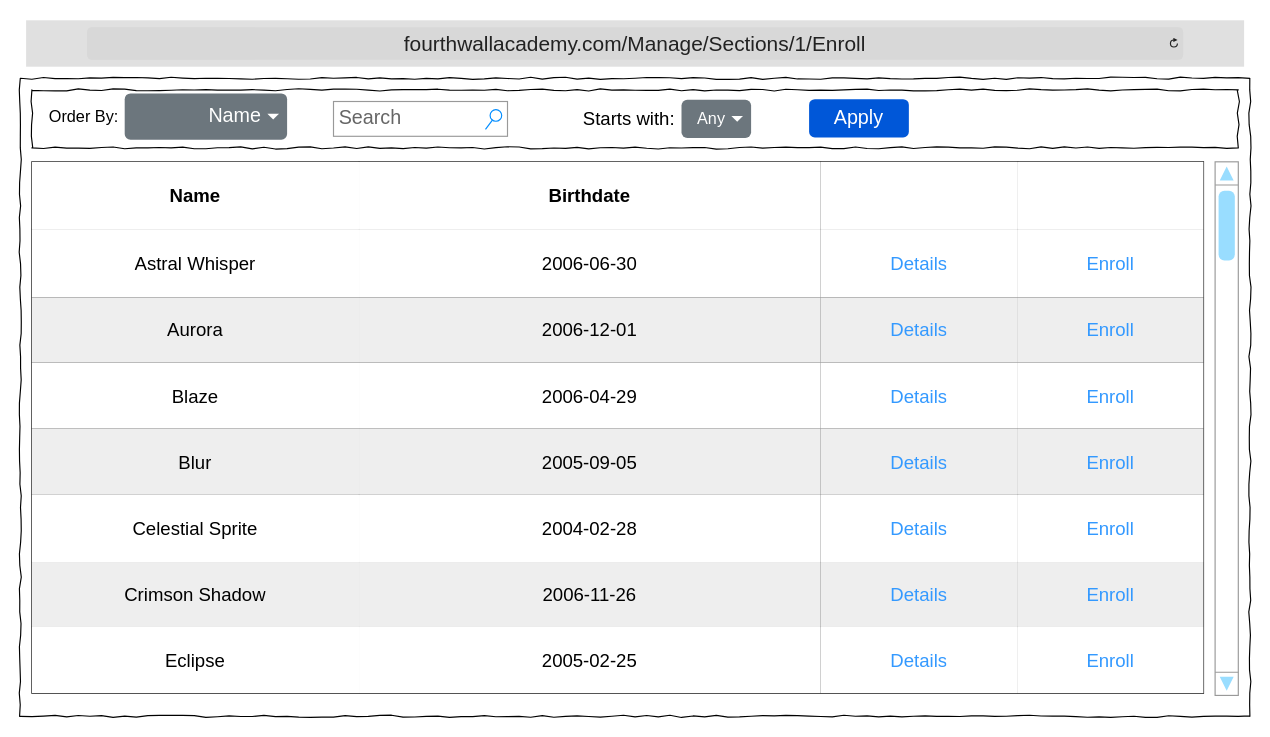
This is DesignDocument/Wireframes/4thWallAcademy_Sections_Enroll.drawio from TRed91/4thWallAcademy, a draw.io file, before an edit. Source tidied: cells renumbered, new cells numbered last; positions are measured from the earlier drawing's top-left corner, leaving out a move shared by most shapes. Both pictures are drawn from the tidied source at 116%, with x=0, y=0 at pixel (20, 20).
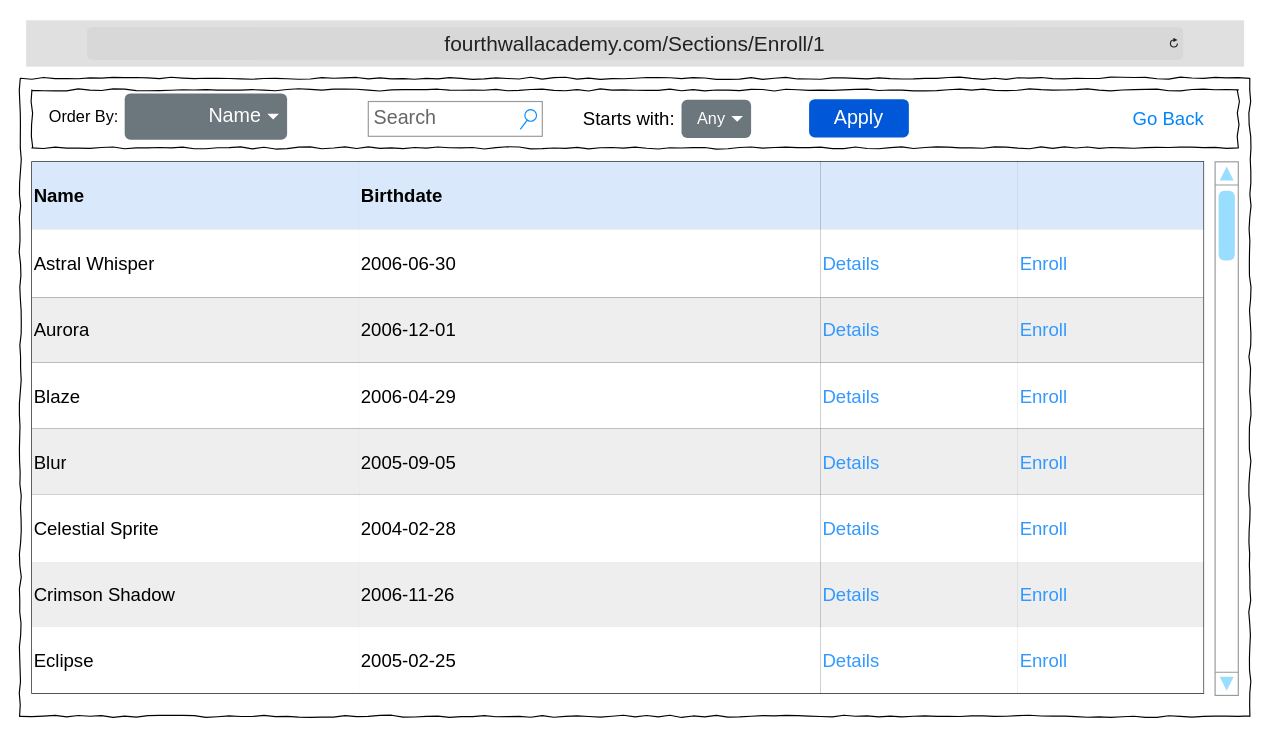
The same diagram, later.

The change refers to these unchanged cells:
```xml
<mxCell id="6" style="shape=tableRow;horizontal=0;startSize=0;swimlaneHead=0;swimlaneBody=0;strokeColor=inherit;top=0;left=0;bottom=0;right=0;fillColor=none;fontSize=16;" parent="5" vertex="1">
  <mxGeometry width="1010" height="58" as="geometry" />
</mxCell>
<mxCell id="11" style="shape=tableRow;horizontal=0;startSize=0;swimlaneHead=0;swimlaneBody=0;strokeColor=inherit;top=0;left=0;bottom=0;right=0;fillColor=none;fontSize=16;" parent="5" vertex="1">
  <mxGeometry y="58" width="1010" height="59" as="geometry" />
</mxCell>
<mxCell id="16" style="shape=tableRow;horizontal=0;startSize=0;swimlaneHead=0;swimlaneBody=0;strokeColor=inherit;top=0;left=0;bottom=0;right=0;fillColor=none;fontSize=16;" parent="5" vertex="1">
  <mxGeometry y="117" width="1010" height="56" as="geometry" />
</mxCell>
<mxCell id="21" style="shape=tableRow;horizontal=0;startSize=0;swimlaneHead=0;swimlaneBody=0;strokeColor=inherit;top=0;left=0;bottom=0;right=0;fillColor=none;fontSize=16;" parent="5" vertex="1">
  <mxGeometry y="173" width="1010" height="57" as="geometry" />
</mxCell>
<mxCell id="26" style="shape=tableRow;horizontal=0;startSize=0;swimlaneHead=0;swimlaneBody=0;strokeColor=inherit;top=0;left=0;bottom=0;right=0;fillColor=none;fontSize=16;" parent="5" vertex="1">
  <mxGeometry y="230" width="1010" height="57" as="geometry" />
</mxCell>
<mxCell id="31" style="shape=tableRow;horizontal=0;startSize=0;swimlaneHead=0;swimlaneBody=0;strokeColor=inherit;top=0;left=0;bottom=0;right=0;fillColor=none;fontSize=16;" parent="5" vertex="1">
  <mxGeometry y="287" width="1010" height="58" as="geometry" />
</mxCell>
<mxCell id="36" style="shape=tableRow;horizontal=0;startSize=0;swimlaneHead=0;swimlaneBody=0;strokeColor=inherit;top=0;left=0;bottom=0;right=0;fillColor=none;fontSize=16;" parent="5" vertex="1">
  <mxGeometry y="345" width="1010" height="56" as="geometry" />
</mxCell>
<mxCell id="41" style="shape=tableRow;horizontal=0;startSize=0;swimlaneHead=0;swimlaneBody=0;strokeColor=inherit;top=0;left=0;bottom=0;right=0;fillColor=none;fontSize=16;" parent="5" vertex="1">
  <mxGeometry y="401" width="1010" height="57" as="geometry" />
</mxCell>
```

Change to the diagram source:
```diff
@@
-    <mxCell id="5" style="shape=table;startSize=0;childLayout=tableLayout;fontSize=16;" parent="1" vertex="1">
+    <mxCell id="5" style="shape=table;startSize=0;childLayout=tableLayout;fontSize=16;align=left;" parent="1" vertex="1">
       <mxGeometry x="10" y="122" width="1010" height="458" as="geometry" />
     </mxCell>
@@
-    <mxCell id="7" value="&lt;b&gt;Name&lt;/b&gt;" style="shape=partialRectangle;html=1;whiteSpace=wrap;overflow=hidden;top=0;left=0;bottom=0;right=0;fontSize=16;" parent="6" vertex="1">
+    <mxCell id="7" value="&lt;b&gt;Name&lt;/b&gt;" style="shape=partialRectangle;html=1;whiteSpace=wrap;overflow=hidden;top=0;left=0;bottom=0;right=0;fontSize=16;fillColor=#dae8fc;strokeColor=#6c8ebf;align=left;" parent="6" vertex="1">
       <mxGeometry width="282" height="58" as="geometry" />
     </mxCell>
-    <mxCell id="8" value="&lt;b&gt;Birthdate&lt;/b&gt;" style="shape=partialRectangle;html=1;whiteSpace=wrap;overflow=hidden;top=0;left=0;bottom=0;right=0;fontSize=16;" parent="6" vertex="1">
+    <mxCell id="8" value="&lt;b&gt;Birthdate&lt;/b&gt;" style="shape=partialRectangle;html=1;whiteSpace=wrap;overflow=hidden;top=0;left=0;bottom=0;right=0;fontSize=16;fillColor=#dae8fc;strokeColor=#6c8ebf;align=left;" parent="6" vertex="1">
       <mxGeometry x="282" width="398" height="58" as="geometry" />
     </mxCell>
-    <mxCell id="9" style="shape=partialRectangle;html=1;whiteSpace=wrap;overflow=hidden;top=0;left=0;bottom=0;right=0;fontSize=16;fontColor=#3399FF;" parent="6" vertex="1">
+    <mxCell id="9" style="shape=partialRectangle;html=1;whiteSpace=wrap;overflow=hidden;top=0;left=0;bottom=0;right=0;fontSize=16;fillColor=#dae8fc;strokeColor=#6c8ebf;align=left;" parent="6" vertex="1">
       <mxGeometry x="680" width="170" height="58" as="geometry" />
     </mxCell>
-    <mxCell id="10" style="shape=partialRectangle;html=1;whiteSpace=wrap;overflow=hidden;top=0;left=0;bottom=0;right=0;fontSize=16;fontColor=#3399FF;" parent="6" vertex="1">
+    <mxCell id="10" style="shape=partialRectangle;html=1;whiteSpace=wrap;overflow=hidden;top=0;left=0;bottom=0;right=0;fontSize=16;fillColor=#dae8fc;strokeColor=#6c8ebf;align=left;" parent="6" vertex="1">
       <mxGeometry x="850" width="160" height="58" as="geometry" />
     </mxCell>
@@
-    <mxCell id="12" value="Astral Whisper" style="shape=partialRectangle;html=1;whiteSpace=wrap;overflow=hidden;top=0;left=0;bottom=0;right=0;fontSize=16;" parent="11" vertex="1">
+    <mxCell id="12" value="Astral Whisper" style="shape=partialRectangle;html=1;whiteSpace=wrap;overflow=hidden;top=0;left=0;bottom=0;right=0;fontSize=16;align=left;" parent="11" vertex="1">
       <mxGeometry width="282" height="59" as="geometry" />
     </mxCell>
-    <mxCell id="13" value="2006-06-30" style="shape=partialRectangle;html=1;whiteSpace=wrap;overflow=hidden;top=0;left=0;bottom=0;right=0;fontSize=16;" parent="11" vertex="1">
+    <mxCell id="13" value="2006-06-30" style="shape=partialRectangle;html=1;whiteSpace=wrap;overflow=hidden;top=0;left=0;bottom=0;right=0;fontSize=16;align=left;" parent="11" vertex="1">
       <mxGeometry x="282" width="398" height="59" as="geometry" />
     </mxCell>
-    <mxCell id="14" value="Details" style="shape=partialRectangle;html=1;whiteSpace=wrap;overflow=hidden;top=0;left=0;bottom=0;right=0;fontSize=16;fontColor=#3399FF;" parent="11" vertex="1">
+    <mxCell id="14" value="Details" style="shape=partialRectangle;html=1;whiteSpace=wrap;overflow=hidden;top=0;left=0;bottom=0;right=0;fontSize=16;fontColor=#3399FF;align=left;" parent="11" vertex="1">
       <mxGeometry x="680" width="170" height="59" as="geometry" />
     </mxCell>
-    <mxCell id="15" value="Enroll" style="shape=partialRectangle;html=1;whiteSpace=wrap;overflow=hidden;top=0;left=0;bottom=0;right=0;fontSize=16;fontColor=#3399FF;" parent="11" vertex="1">
+    <mxCell id="15" value="Enroll" style="shape=partialRectangle;html=1;whiteSpace=wrap;overflow=hidden;top=0;left=0;bottom=0;right=0;fontSize=16;fontColor=#3399FF;align=left;" parent="11" vertex="1">
       <mxGeometry x="850" width="160" height="59" as="geometry" />
     </mxCell>
@@
-    <mxCell id="17" value="Aurora" style="shape=partialRectangle;html=1;whiteSpace=wrap;overflow=hidden;top=0;left=0;bottom=0;right=0;fontSize=16;fillColor=#eeeeee;strokeColor=#36393d;" parent="16" vertex="1">
+    <mxCell id="17" value="Aurora" style="shape=partialRectangle;html=1;whiteSpace=wrap;overflow=hidden;top=0;left=0;bottom=0;right=0;fontSize=16;fillColor=#eeeeee;strokeColor=#36393d;align=left;" parent="16" vertex="1">
       <mxGeometry width="282" height="56" as="geometry" />
     </mxCell>
-    <mxCell id="18" value="2006-12-01" style="shape=partialRectangle;html=1;whiteSpace=wrap;overflow=hidden;top=0;left=0;bottom=0;right=0;fontSize=16;fillColor=#eeeeee;strokeColor=#36393d;" parent="16" vertex="1">
+    <mxCell id="18" value="2006-12-01" style="shape=partialRectangle;html=1;whiteSpace=wrap;overflow=hidden;top=0;left=0;bottom=0;right=0;fontSize=16;fillColor=#eeeeee;strokeColor=#36393d;align=left;" parent="16" vertex="1">
       <mxGeometry x="282" width="398" height="56" as="geometry" />
     </mxCell>
-    <mxCell id="19" value="Details" style="shape=partialRectangle;html=1;whiteSpace=wrap;overflow=hidden;top=0;left=0;bottom=0;right=0;fontSize=16;fillColor=#eeeeee;strokeColor=#36393d;fontColor=#3399FF;" parent="16" vertex="1">
+    <mxCell id="19" value="Details" style="shape=partialRectangle;html=1;whiteSpace=wrap;overflow=hidden;top=0;left=0;bottom=0;right=0;fontSize=16;fillColor=#eeeeee;strokeColor=#36393d;fontColor=#3399FF;align=left;" parent="16" vertex="1">
       <mxGeometry x="680" width="170" height="56" as="geometry" />
     </mxCell>
-    <mxCell id="20" value="Enroll" style="shape=partialRectangle;html=1;whiteSpace=wrap;overflow=hidden;top=0;left=0;bottom=0;right=0;fontSize=16;fillColor=#eeeeee;strokeColor=#36393d;fontColor=#3399FF;" parent="16" vertex="1">
+    <mxCell id="20" value="Enroll" style="shape=partialRectangle;html=1;whiteSpace=wrap;overflow=hidden;top=0;left=0;bottom=0;right=0;fontSize=16;fillColor=#eeeeee;strokeColor=#36393d;fontColor=#3399FF;align=left;" parent="16" vertex="1">
       <mxGeometry x="850" width="160" height="56" as="geometry" />
     </mxCell>
@@
-    <mxCell id="22" value="Blaze" style="shape=partialRectangle;html=1;whiteSpace=wrap;overflow=hidden;top=0;left=0;bottom=0;right=0;fontSize=16;" parent="21" vertex="1">
+    <mxCell id="22" value="Blaze" style="shape=partialRectangle;html=1;whiteSpace=wrap;overflow=hidden;top=0;left=0;bottom=0;right=0;fontSize=16;align=left;" parent="21" vertex="1">
       <mxGeometry width="282" height="57" as="geometry" />
     </mxCell>
-    <mxCell id="23" value="2006-04-29" style="shape=partialRectangle;html=1;whiteSpace=wrap;overflow=hidden;top=0;left=0;bottom=0;right=0;fontSize=16;" parent="21" vertex="1">
+    <mxCell id="23" value="2006-04-29" style="shape=partialRectangle;html=1;whiteSpace=wrap;overflow=hidden;top=0;left=0;bottom=0;right=0;fontSize=16;align=left;" parent="21" vertex="1">
       <mxGeometry x="282" width="398" height="57" as="geometry" />
     </mxCell>
-    <mxCell id="24" value="Details" style="shape=partialRectangle;html=1;whiteSpace=wrap;overflow=hidden;top=0;left=0;bottom=0;right=0;fontSize=16;fontColor=#3399FF;" parent="21" vertex="1">
+    <mxCell id="24" value="Details" style="shape=partialRectangle;html=1;whiteSpace=wrap;overflow=hidden;top=0;left=0;bottom=0;right=0;fontSize=16;fontColor=#3399FF;align=left;" parent="21" vertex="1">
       <mxGeometry x="680" width="170" height="57" as="geometry" />
     </mxCell>
-    <mxCell id="25" value="Enroll" style="shape=partialRectangle;html=1;whiteSpace=wrap;overflow=hidden;top=0;left=0;bottom=0;right=0;fontSize=16;fontColor=#3399FF;" parent="21" vertex="1">
+    <mxCell id="25" value="Enroll" style="shape=partialRectangle;html=1;whiteSpace=wrap;overflow=hidden;top=0;left=0;bottom=0;right=0;fontSize=16;fontColor=#3399FF;align=left;" parent="21" vertex="1">
       <mxGeometry x="850" width="160" height="57" as="geometry" />
     </mxCell>
@@
-    <mxCell id="27" value="Blur" style="shape=partialRectangle;html=1;whiteSpace=wrap;overflow=hidden;top=0;left=0;bottom=0;right=0;fontSize=16;fillColor=#eeeeee;strokeColor=#36393d;" parent="26" vertex="1">
+    <mxCell id="27" value="Blur" style="shape=partialRectangle;html=1;whiteSpace=wrap;overflow=hidden;top=0;left=0;bottom=0;right=0;fontSize=16;fillColor=#eeeeee;strokeColor=#36393d;align=left;" parent="26" vertex="1">
       <mxGeometry width="282" height="57" as="geometry" />
     </mxCell>
-    <mxCell id="28" value="2005-09-05" style="shape=partialRectangle;html=1;whiteSpace=wrap;overflow=hidden;top=0;left=0;bottom=0;right=0;fontSize=16;fillColor=#eeeeee;strokeColor=#36393d;" parent="26" vertex="1">
+    <mxCell id="28" value="2005-09-05" style="shape=partialRectangle;html=1;whiteSpace=wrap;overflow=hidden;top=0;left=0;bottom=0;right=0;fontSize=16;fillColor=#eeeeee;strokeColor=#36393d;align=left;" parent="26" vertex="1">
       <mxGeometry x="282" width="398" height="57" as="geometry" />
     </mxCell>
-    <mxCell id="29" value="Details" style="shape=partialRectangle;html=1;whiteSpace=wrap;overflow=hidden;top=0;left=0;bottom=0;right=0;fontSize=16;fillColor=#eeeeee;strokeColor=#36393d;fontColor=#3399FF;" parent="26" vertex="1">
+    <mxCell id="29" value="Details" style="shape=partialRectangle;html=1;whiteSpace=wrap;overflow=hidden;top=0;left=0;bottom=0;right=0;fontSize=16;fillColor=#eeeeee;strokeColor=#36393d;fontColor=#3399FF;align=left;" parent="26" vertex="1">
       <mxGeometry x="680" width="170" height="57" as="geometry" />
     </mxCell>
-    <mxCell id="30" value="Enroll" style="shape=partialRectangle;html=1;whiteSpace=wrap;overflow=hidden;top=0;left=0;bottom=0;right=0;fontSize=16;fillColor=#eeeeee;strokeColor=#36393d;fontColor=#3399FF;" parent="26" vertex="1">
+    <mxCell id="30" value="Enroll" style="shape=partialRectangle;html=1;whiteSpace=wrap;overflow=hidden;top=0;left=0;bottom=0;right=0;fontSize=16;fillColor=#eeeeee;strokeColor=#36393d;fontColor=#3399FF;align=left;" parent="26" vertex="1">
       <mxGeometry x="850" width="160" height="57" as="geometry" />
     </mxCell>
@@
-    <mxCell id="32" value="Celestial Sprite" style="shape=partialRectangle;html=1;whiteSpace=wrap;overflow=hidden;top=0;left=0;bottom=0;right=0;fontSize=16;" parent="31" vertex="1">
+    <mxCell id="32" value="Celestial Sprite" style="shape=partialRectangle;html=1;whiteSpace=wrap;overflow=hidden;top=0;left=0;bottom=0;right=0;fontSize=16;align=left;" parent="31" vertex="1">
       <mxGeometry width="282" height="58" as="geometry" />
     </mxCell>
-    <mxCell id="33" value="2004-02-28" style="shape=partialRectangle;html=1;whiteSpace=wrap;overflow=hidden;top=0;left=0;bottom=0;right=0;fontSize=16;" parent="31" vertex="1">
+    <mxCell id="33" value="2004-02-28" style="shape=partialRectangle;html=1;whiteSpace=wrap;overflow=hidden;top=0;left=0;bottom=0;right=0;fontSize=16;align=left;" parent="31" vertex="1">
       <mxGeometry x="282" width="398" height="58" as="geometry" />
     </mxCell>
-    <mxCell id="34" value="Details" style="shape=partialRectangle;html=1;whiteSpace=wrap;overflow=hidden;top=0;left=0;bottom=0;right=0;fontSize=16;fontColor=#3399FF;" parent="31" vertex="1">
+    <mxCell id="34" value="Details" style="shape=partialRectangle;html=1;whiteSpace=wrap;overflow=hidden;top=0;left=0;bottom=0;right=0;fontSize=16;fontColor=#3399FF;align=left;" parent="31" vertex="1">
       <mxGeometry x="680" width="170" height="58" as="geometry" />
     </mxCell>
-    <mxCell id="35" value="Enroll" style="shape=partialRectangle;html=1;whiteSpace=wrap;overflow=hidden;top=0;left=0;bottom=0;right=0;fontSize=16;fontColor=#3399FF;" parent="31" vertex="1">
+    <mxCell id="35" value="Enroll" style="shape=partialRectangle;html=1;whiteSpace=wrap;overflow=hidden;top=0;left=0;bottom=0;right=0;fontSize=16;fontColor=#3399FF;align=left;" parent="31" vertex="1">
       <mxGeometry x="850" width="160" height="58" as="geometry" />
     </mxCell>
@@
-    <mxCell id="37" value="Crimson Shadow" style="shape=partialRectangle;html=1;whiteSpace=wrap;overflow=hidden;top=0;left=0;bottom=0;right=0;fontSize=16;fillColor=#eeeeee;strokeColor=#36393d;" parent="36" vertex="1">
+    <mxCell id="37" value="Crimson Shadow" style="shape=partialRectangle;html=1;whiteSpace=wrap;overflow=hidden;top=0;left=0;bottom=0;right=0;fontSize=16;fillColor=#eeeeee;strokeColor=#36393d;align=left;" parent="36" vertex="1">
       <mxGeometry width="282" height="56" as="geometry" />
     </mxCell>
-    <mxCell id="38" value="2006-11-26" style="shape=partialRectangle;html=1;whiteSpace=wrap;overflow=hidden;top=0;left=0;bottom=0;right=0;fontSize=16;fillColor=#eeeeee;strokeColor=#36393d;" parent="36" vertex="1">
+    <mxCell id="38" value="2006-11-26" style="shape=partialRectangle;html=1;whiteSpace=wrap;overflow=hidden;top=0;left=0;bottom=0;right=0;fontSize=16;fillColor=#eeeeee;strokeColor=#36393d;align=left;" parent="36" vertex="1">
       <mxGeometry x="282" width="398" height="56" as="geometry" />
     </mxCell>
-    <mxCell id="39" value="Details" style="shape=partialRectangle;html=1;whiteSpace=wrap;overflow=hidden;top=0;left=0;bottom=0;right=0;fontSize=16;fillColor=#eeeeee;strokeColor=#36393d;fontColor=#3399FF;" parent="36" vertex="1">
+    <mxCell id="39" value="Details" style="shape=partialRectangle;html=1;whiteSpace=wrap;overflow=hidden;top=0;left=0;bottom=0;right=0;fontSize=16;fillColor=#eeeeee;strokeColor=#36393d;fontColor=#3399FF;align=left;" parent="36" vertex="1">
       <mxGeometry x="680" width="170" height="56" as="geometry" />
     </mxCell>
-    <mxCell id="40" value="Enroll" style="shape=partialRectangle;html=1;whiteSpace=wrap;overflow=hidden;top=0;left=0;bottom=0;right=0;fontSize=16;fillColor=#eeeeee;strokeColor=#36393d;fontColor=#3399FF;" parent="36" vertex="1">
+    <mxCell id="40" value="Enroll" style="shape=partialRectangle;html=1;whiteSpace=wrap;overflow=hidden;top=0;left=0;bottom=0;right=0;fontSize=16;fillColor=#eeeeee;strokeColor=#36393d;fontColor=#3399FF;align=left;" parent="36" vertex="1">
       <mxGeometry x="850" width="160" height="56" as="geometry" />
     </mxCell>
@@
-    <mxCell id="42" value="Eclipse" style="shape=partialRectangle;html=1;whiteSpace=wrap;overflow=hidden;top=0;left=0;bottom=0;right=0;fontSize=16;" parent="41" vertex="1">
+    <mxCell id="42" value="Eclipse" style="shape=partialRectangle;html=1;whiteSpace=wrap;overflow=hidden;top=0;left=0;bottom=0;right=0;fontSize=16;align=left;" parent="41" vertex="1">
       <mxGeometry width="282" height="57" as="geometry" />
     </mxCell>
-    <mxCell id="43" value="2005-02-25" style="shape=partialRectangle;html=1;whiteSpace=wrap;overflow=hidden;top=0;left=0;bottom=0;right=0;fontSize=16;" parent="41" vertex="1">
+    <mxCell id="43" value="2005-02-25" style="shape=partialRectangle;html=1;whiteSpace=wrap;overflow=hidden;top=0;left=0;bottom=0;right=0;fontSize=16;align=left;" parent="41" vertex="1">
       <mxGeometry x="282" width="398" height="57" as="geometry" />
     </mxCell>
-    <mxCell id="44" value="Details" style="shape=partialRectangle;html=1;whiteSpace=wrap;overflow=hidden;top=0;left=0;bottom=0;right=0;fontSize=16;fontColor=#3399FF;" parent="41" vertex="1">
+    <mxCell id="44" value="Details" style="shape=partialRectangle;html=1;whiteSpace=wrap;overflow=hidden;top=0;left=0;bottom=0;right=0;fontSize=16;fontColor=#3399FF;align=left;" parent="41" vertex="1">
       <mxGeometry x="680" width="170" height="57" as="geometry" />
     </mxCell>
-    <mxCell id="45" value="Enroll" style="shape=partialRectangle;html=1;whiteSpace=wrap;overflow=hidden;top=0;left=0;bottom=0;right=0;fontSize=16;fontColor=#3399FF;" parent="41" vertex="1">
+    <mxCell id="45" value="Enroll" style="shape=partialRectangle;html=1;whiteSpace=wrap;overflow=hidden;top=0;left=0;bottom=0;right=0;fontSize=16;fontColor=#3399FF;align=left;" parent="41" vertex="1">
       <mxGeometry x="850" width="160" height="57" as="geometry" />
     </mxCell>
     <mxCell id="46" value="Search" style="strokeWidth=1;shadow=0;dashed=0;align=center;html=1;shape=mxgraph.mockup.forms.searchBox;strokeColor=#999999;mainText=;strokeColor2=#008cff;fontColor=#666666;fontSize=17;align=left;spacingLeft=3;whiteSpace=wrap;" parent="1" vertex="1">
-      <mxGeometry x="270" y="70" width="150" height="30" as="geometry" />
+      <mxGeometry x="300" y="70" width="150" height="30" as="geometry" />
     </mxCell>
@@
-    <mxCell id="51" value="&lt;font style=&quot;font-size: 18px;&quot;&gt;fourthwallacademy.com/Manage/Sections/1/Enroll&lt;/font&gt;" style="html=1;strokeWidth=1;shadow=0;dashed=0;shape=mxgraph.ios7ui.url;fillColor=#e0e0e0;strokeColor=#c0c0c0;buttonText=;strokeColor2=#222222;fontColor=#222222;fontSize=8;spacingTop=2;align=center;whiteSpace=wrap;" parent="1" vertex="1">
+    <mxCell id="51" value="&lt;font style=&quot;font-size: 18px;&quot;&gt;fourthwallacademy.com/Sections/Enroll/1&lt;/font&gt;" style="html=1;strokeWidth=1;shadow=0;dashed=0;shape=mxgraph.ios7ui.url;fillColor=#e0e0e0;strokeColor=#c0c0c0;buttonText=;strokeColor2=#222222;fontColor=#222222;fontSize=8;spacingTop=2;align=center;whiteSpace=wrap;" parent="1" vertex="1">
       <mxGeometry x="5" width="1050" height="40" as="geometry" />
     </mxCell>
@@
+    <mxCell id="55" value="Go Back" style="html=1;shadow=0;dashed=0;shape=mxgraph.bootstrap.rrect;rSize=5;strokeColor=none;strokeWidth=1;fillColor=none;fontColor=#0085FC;whiteSpace=wrap;align=center;verticalAlign=middle;spacingLeft=0;fontStyle=0;fontSize=16;spacing=5;" parent="1" vertex="1">
+      <mxGeometry x="950" y="65" width="80" height="40" as="geometry" />
+    </mxCell>
```
